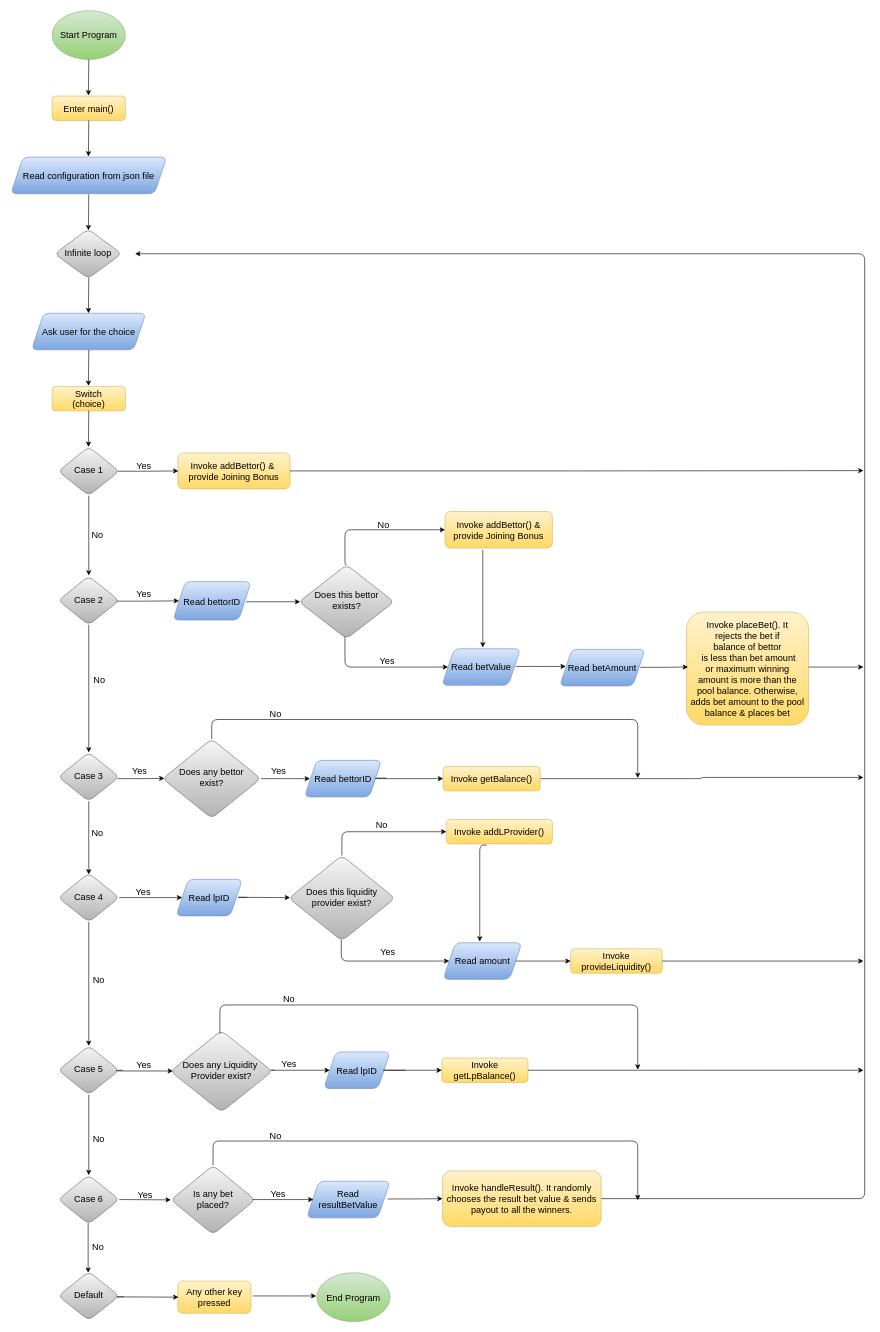
Bhawana15/betting_contract keeps this draw.io diagram as Untitled Diagram.drawio. Above is the earlier version. Source tidied: cells renumbered, new cells numbered last; positions are measured from the earlier drawing's top-left corner, leaving out a move shared by most shapes. Both pictures are drawn from the tidied source at 61%, with x=0, y=0 at pixel (10, 10).
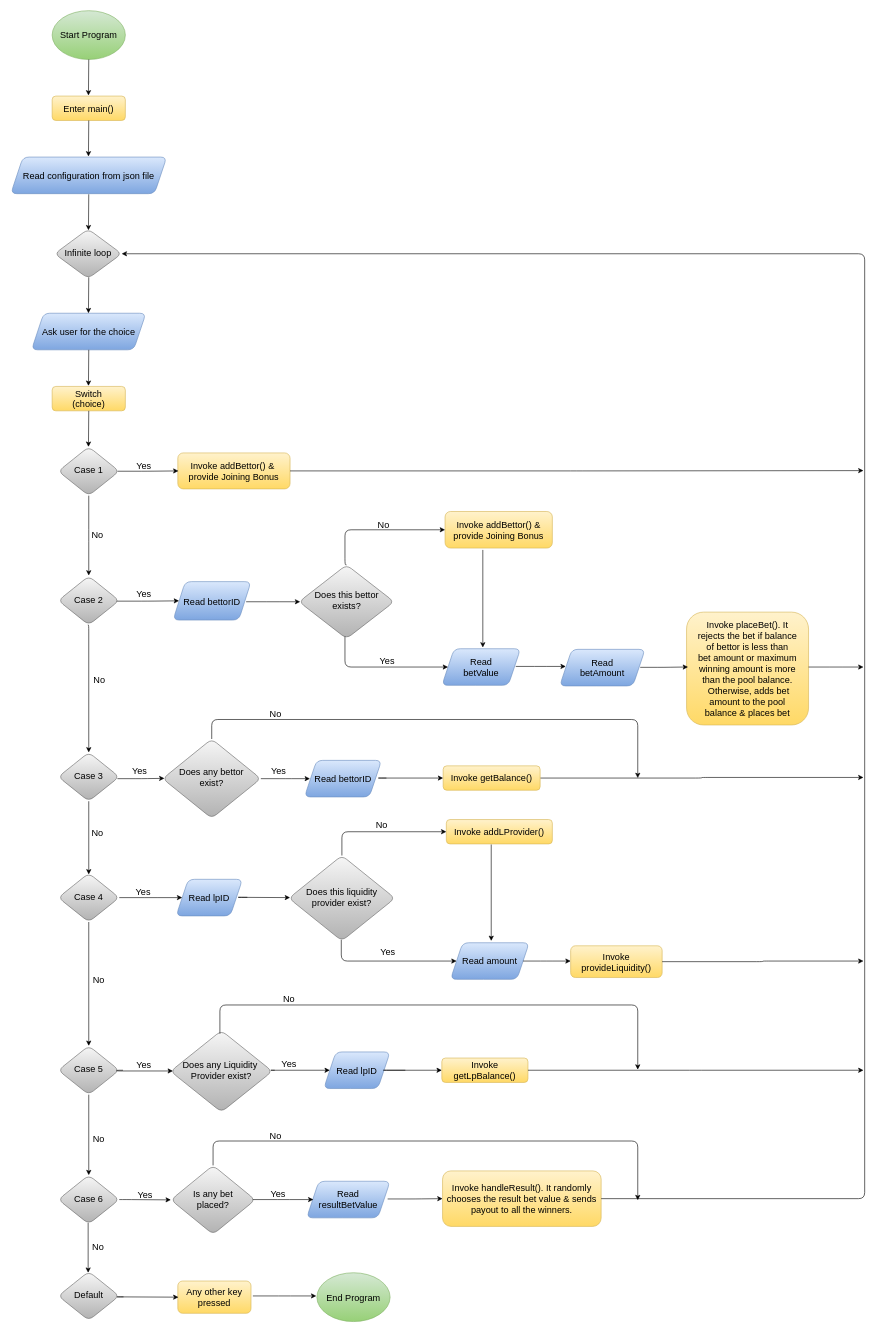
The same diagram, later.

Unchanged cells that the change refers to:
```xml
<mxCell id="12" value="&lt;font style=&quot;font-size: 15px;&quot;&gt;Invoke handleResult(). It randomly chooses the result bet value &amp;amp; sends payout to all the winners.&lt;/font&gt;" style="whiteSpace=wrap;html=1;fontSize=15;glass=0;strokeWidth=1;shadow=0;fillColor=#fff2cc;strokeColor=#d6b656;gradientColor=#ffd966;rounded=1;" parent="1" vertex="1">
  <mxGeometry x="708" y="1902" width="260" height="91" as="geometry" />
</mxCell>
<mxCell id="21" value="&lt;font style=&quot;font-size: 15px;&quot;&gt;Infinite loop&lt;/font&gt;" style="rhombus;whiteSpace=wrap;html=1;shadow=0;fontFamily=Helvetica;fontSize=15;align=center;strokeWidth=1;spacing=6;spacingTop=-4;fillColor=#f5f5f5;strokeColor=#666666;gradientColor=#b3b3b3;rounded=1;" parent="1" vertex="1">
  <mxGeometry x="72" y="358" width="110" height="81" as="geometry" />
</mxCell>
<mxCell id="91" value="&lt;font style=&quot;font-size: 15px;&quot;&gt;Invoke addLProvider()&lt;/font&gt;" style="whiteSpace=wrap;html=1;fontSize=15;glass=0;strokeWidth=1;shadow=0;fillColor=#fff2cc;strokeColor=#d6b656;gradientColor=#ffd966;rounded=1;" parent="1" vertex="1">
  <mxGeometry x="714.2" y="1326" width="173.8" height="40" as="geometry" />
</mxCell>
```

The edit, as a diff of the source:
```diff
@@
     <mxCell id="14" value="&lt;font style=&quot;font-size: 15px;&quot;&gt;Invoke provideLiquidity()&lt;/font&gt;" style="whiteSpace=wrap;html=1;fontSize=15;glass=0;strokeWidth=1;shadow=0;fillColor=#fff2cc;strokeColor=#d6b656;gradientColor=#ffd966;rounded=1;" parent="1" vertex="1">
-      <mxGeometry x="918" y="1538" width="150" height="40" as="geometry" />
+      <mxGeometry x="918" y="1533" width="150" height="52" as="geometry" />
     </mxCell>
@@
-    <mxCell id="20" style="edgeStyle=elbowEdgeStyle;elbow=horizontal;endArrow=classic;html=1;exitX=1;exitY=0.5;exitDx=0;exitDy=0;entryX=1;entryY=0.5;entryDx=0;entryDy=0;fontSize=15;" parent="1" edge="1" source="12">
+    <mxCell id="20" style="edgeStyle=elbowEdgeStyle;elbow=horizontal;endArrow=classic;html=1;exitX=1;exitY=0.5;exitDx=0;exitDy=0;entryX=1;entryY=0.5;entryDx=0;entryDy=0;fontSize=15;" parent="1" edge="1" source="12" target="21">
       <mxGeometry relative="1" as="geometry">
-        <mxPoint x="204" y="398.5" as="targetPoint" />
         <Array as="points">
           <mxPoint x="1400" y="1036" />
           <mxPoint x="1410" y="1086" />
           <mxPoint x="1500" y="1046" />
           <mxPoint x="1360" y="1066" />
           <mxPoint x="1380" y="1106" />
           <mxPoint x="1670" y="1006" />
           <mxPoint x="1470" y="1096" />
           <mxPoint x="1430" y="1106" />
           <mxPoint x="1290" y="1096" />
           <mxPoint x="1170" y="1026" />
           <mxPoint x="1180" y="886" />
           <mxPoint x="1300" y="966" />
           <mxPoint x="1150" y="1116" />
           <mxPoint x="1060" y="1136" />
           <mxPoint x="850" y="690" />
           <mxPoint x="850" y="719" />
           <mxPoint x="890" y="639" />
           <mxPoint x="864" y="679" />
           <mxPoint x="864" y="1949" />
         </Array>
       </mxGeometry>
     </mxCell>
@@
-    <mxCell id="23" value="&lt;font style=&quot;font-size: 15px;&quot;&gt;Read betValue&lt;/font&gt;" style="shape=parallelogram;perimeter=parallelogramPerimeter;whiteSpace=wrap;html=1;fixedSize=1;rounded=1;glass=0;strokeColor=#6c8ebf;gradientColor=#7ea6e0;fillColor=#dae8fc;fontSize=15;" parent="1" vertex="1">
+    <mxCell id="23" value="&lt;font style=&quot;font-size: 15px&quot;&gt;Read &lt;br&gt;betValue&lt;/font&gt;" style="shape=parallelogram;perimeter=parallelogramPerimeter;whiteSpace=wrap;html=1;fixedSize=1;rounded=1;glass=0;strokeColor=#6c8ebf;gradientColor=#7ea6e0;fillColor=#dae8fc;fontSize=15;" parent="1" vertex="1">
       <mxGeometry x="707" y="1046" width="128.8" height="60" as="geometry" />
     </mxCell>
@@
     <mxCell id="27" value="&lt;font style=&quot;font-size: 15px;&quot;&gt;Read amount&lt;/font&gt;" style="shape=parallelogram;perimeter=parallelogramPerimeter;whiteSpace=wrap;html=1;fixedSize=1;rounded=1;glass=0;strokeColor=#6c8ebf;gradientColor=#7ea6e0;fillColor=#dae8fc;fontSize=15;" parent="1" vertex="1">
-      <mxGeometry x="709" y="1528" width="129" height="60" as="geometry" />
+      <mxGeometry x="721" y="1528" width="129" height="60" as="geometry" />
     </mxCell>
@@
-    <mxCell id="71" value="&lt;font style=&quot;font-size: 15px&quot;&gt;Invoke placeBet(). It rejects&amp;nbsp;the bet if &lt;br&gt;balance of bettor&lt;br style=&quot;font-size: 15px&quot;&gt;&amp;nbsp;is less than bet amount&lt;br style=&quot;font-size: 15px&quot;&gt;&amp;nbsp;or maximum winning&amp;nbsp;&lt;br style=&quot;font-size: 15px&quot;&gt;amount is more than the &lt;br style=&quot;font-size: 15px&quot;&gt;pool balance. Otherwise, &lt;br style=&quot;font-size: 15px&quot;&gt;adds bet amount&amp;nbsp;to the pool balance &amp;amp; places bet&lt;/font&gt;" style="whiteSpace=wrap;html=1;fontSize=15;glass=0;strokeWidth=1;shadow=0;fillColor=#fff2cc;strokeColor=#d6b656;gradientColor=#ffd966;rounded=1;" parent="1" vertex="1">
+    <mxCell id="71" value="&lt;font style=&quot;font-size: 15px&quot;&gt;Invoke placeBet(). It rejects&amp;nbsp;the bet if balance &lt;br&gt;of bettor is less than &lt;br&gt;bet amount or maximum &lt;br&gt;winning&amp;nbsp;amount is more &lt;br&gt;than the pool balance.&lt;br&gt;&amp;nbsp;Otherwise, adds bet &lt;br&gt;amount to the pool &lt;br&gt;balance &amp;amp; places bet&lt;/font&gt;" style="whiteSpace=wrap;html=1;fontSize=15;glass=0;strokeWidth=1;shadow=0;fillColor=#fff2cc;strokeColor=#d6b656;gradientColor=#ffd966;rounded=1;" parent="1" vertex="1">
       <mxGeometry x="1108" y="986" width="200" height="185" as="geometry" />
     </mxCell>
@@
     <mxCell id="81" value="&lt;font style=&quot;font-size: 15px;&quot;&gt;Invoke getBalance()&lt;/font&gt;" style="whiteSpace=wrap;html=1;fontSize=15;glass=0;strokeWidth=1;shadow=0;fillColor=#fff2cc;strokeColor=#d6b656;gradientColor=#ffd966;rounded=1;" parent="1" vertex="1">
-      <mxGeometry x="709" y="1239" width="159" height="40" as="geometry" />
+      <mxGeometry x="709" y="1238" width="159" height="40" as="geometry" />
     </mxCell>
@@
-    <mxCell id="92" style="edgeStyle=orthogonalEdgeStyle;rounded=1;jettySize=auto;html=1;exitX=0.379;exitY=1.05;exitDx=0;exitDy=0;exitPerimeter=0;fontSize=15;" parent="1" edge="1" source="91">
+    <mxCell id="92" style="edgeStyle=orthogonalEdgeStyle;rounded=1;orthogonalLoop=1;jettySize=auto;html=1;fontSize=15;" parent="1" edge="1">
       <mxGeometry relative="1" as="geometry">
-        <mxPoint x="769" y="1526" as="targetPoint" />
+        <mxPoint x="787.8" y="1367" as="sourcePoint" />
+        <mxPoint x="787.8" y="1525" as="targetPoint" />
         <Array as="points">
-          <mxPoint x="769" y="1368" />
-          <mxPoint x="769" y="1422" />
+          <mxPoint x="787.8" y="1367" />
+          <mxPoint x="787.8" y="1421" />
         </Array>
       </mxGeometry>
     </mxCell>
@@
-    <mxCell id="104" value="&lt;font style=&quot;font-size: 15px;&quot;&gt;Read betAmount&lt;/font&gt;" style="shape=parallelogram;perimeter=parallelogramPerimeter;whiteSpace=wrap;html=1;fixedSize=1;rounded=1;glass=0;strokeColor=#6c8ebf;gradientColor=#7ea6e0;fillColor=#dae8fc;fontSize=15;" parent="1" vertex="1">
+    <mxCell id="104" value="&lt;font style=&quot;font-size: 15px&quot;&gt;Read &lt;br&gt;betAmount&lt;/font&gt;" style="shape=parallelogram;perimeter=parallelogramPerimeter;whiteSpace=wrap;html=1;fixedSize=1;rounded=1;glass=0;strokeColor=#6c8ebf;gradientColor=#7ea6e0;fillColor=#dae8fc;fontSize=15;" parent="1" vertex="1">
       <mxGeometry x="900" y="1047" width="140" height="60" as="geometry" />
     </mxCell>
```
